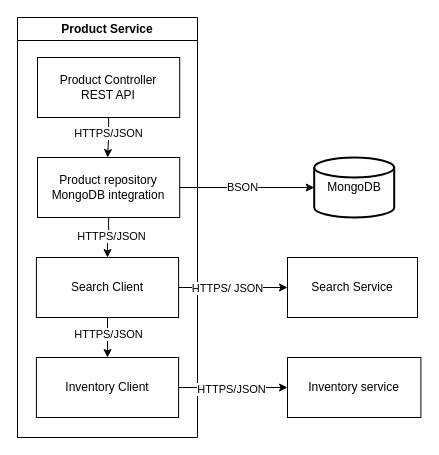
This is page "Product" (6 of 11) of ABC C1.drawio from IlyaMoskva/diagrams, a draw.io file, before an edit. Source tidied: cells renumbered, new cells numbered last; positions are measured from the earlier drawing's top-left corner, leaving out a move shared by most shapes. Both pictures are drawn from the tidied source at 100%, with x=0, y=0 at pixel (17, 17).
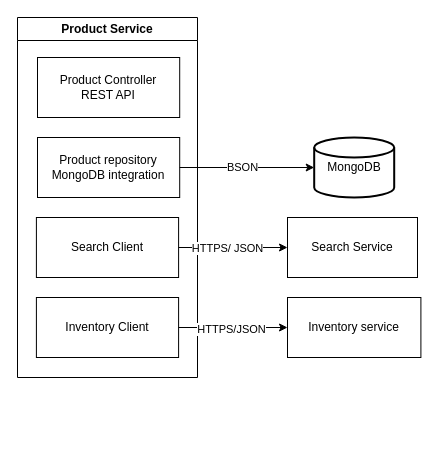
Above is the later version.

Unchanged cells that the change refers to:
```xml
<mxCell id="5" value="&lt;div&gt;Product Controller&lt;/div&gt;&lt;div&gt;REST API&lt;/div&gt;" style="whiteSpace=wrap;html=1;" parent="2" vertex="1">
  <mxGeometry x="20" y="40" width="142.2" height="60" as="geometry" />
</mxCell>
```

What changed in the source:
```diff
@@
     <mxCell id="2" value="Product Service" style="swimlane;whiteSpace=wrap;html=1;" parent="1" vertex="1">
-      <mxGeometry width="180" height="420" as="geometry" />
+      <mxGeometry width="180" height="360" as="geometry" />
     </mxCell>
-    <mxCell id="3" style="edgeStyle=orthogonalEdgeStyle;rounded=0;jettySize=auto;html=1;" parent="2" edge="1" source="5">
-      <mxGeometry relative="1" as="geometry">
-        <mxPoint x="90.1" y="140" as="targetPoint" />
-      </mxGeometry>
-    </mxCell>
-    <mxCell id="4" value="HTTPS/JSON" style="edgeLabel;html=1;align=center;verticalAlign=middle;" parent="3" vertex="1">
-      <mxGeometry x="-0.25" y="-1" relative="1" as="geometry" />
-    </mxCell>
@@
-    <mxCell id="6" style="edgeStyle=orthogonalEdgeStyle;rounded=0;jettySize=auto;html=1;" parent="2" edge="1" source="8" target="11">
-      <mxGeometry relative="1" as="geometry" />
-    </mxCell>
-    <mxCell id="7" value="HTTPS/JSON" style="edgeLabel;html=1;align=center;verticalAlign=middle;" parent="6" vertex="1">
-      <mxGeometry x="-0.12" y="2" relative="1" as="geometry" />
-    </mxCell>
     <mxCell id="8" value="Product repository&lt;div&gt;MongoDB integration&lt;/div&gt;" style="whiteSpace=wrap;html=1;" parent="2" vertex="1">
-      <mxGeometry x="20" y="140" width="142.2" height="60" as="geometry" />
+      <mxGeometry x="20" y="120" width="142.2" height="60" as="geometry" />
     </mxCell>
-    <mxCell id="9" style="edgeStyle=orthogonalEdgeStyle;rounded=0;jettySize=auto;html=1;" parent="2" edge="1" source="11" target="12">
-      <mxGeometry relative="1" as="geometry" />
-    </mxCell>
-    <mxCell id="10" value="HTTPS/JSON" style="edgeLabel;html=1;align=center;verticalAlign=middle;" parent="9" vertex="1">
-      <mxGeometry x="-0.2" relative="1" as="geometry" />
-    </mxCell>
-    <mxCell id="11" value="Search Client" style="whiteSpace=wrap;html=1;" parent="2" vertex="1">
-      <mxGeometry x="18.9" y="240" width="142.2" height="60" as="geometry" />
-    </mxCell>
-    <mxCell id="12" value="Inventory Client" style="whiteSpace=wrap;html=1;" parent="2" vertex="1">
-      <mxGeometry x="18.9" y="340" width="142.2" height="60" as="geometry" />
-    </mxCell>
-    <mxCell id="13" value="MongoDB" style="strokeWidth=2;html=1;shape=mxgraph.flowchart.database;whiteSpace=wrap;" parent="1" vertex="1">
-      <mxGeometry x="296.7" y="140" width="80" height="60" as="geometry" />
+    <mxCell id="13" value="MongoDB" style="strokeWidth=2;html=1;shape=mxgraph.flowchart.database;whiteSpace=wrap;" parent="2" vertex="1">
+      <mxGeometry x="296.7" y="120" width="80" height="60" as="geometry" />
     </mxCell>
-    <mxCell id="14" style="edgeStyle=orthogonalEdgeStyle;rounded=0;jettySize=auto;html=1;entryX=0;entryY=0.5;entryDx=0;entryDy=0;entryPerimeter=0;" parent="1" edge="1" source="8" target="13">
+    <mxCell id="14" style="edgeStyle=orthogonalEdgeStyle;rounded=0;jettySize=auto;html=1;entryX=0;entryY=0.5;entryDx=0;entryDy=0;entryPerimeter=0;" parent="2" edge="1" source="8" target="13">
       <mxGeometry relative="1" as="geometry" />
     </mxCell>
@@
+    <mxCell id="11" value="Search Client" style="whiteSpace=wrap;html=1;" parent="2" vertex="1">
+      <mxGeometry x="18.9" y="200" width="142.2" height="60" as="geometry" />
+    </mxCell>
+    <mxCell id="12" value="Inventory Client" style="whiteSpace=wrap;html=1;" parent="2" vertex="1">
+      <mxGeometry x="18.9" y="280" width="142.2" height="60" as="geometry" />
+    </mxCell>
-    <mxCell id="16" value="Search Service" style="whiteSpace=wrap;html=1;" parent="1" vertex="1">
-      <mxGeometry x="270" y="240" width="130" height="60" as="geometry" />
+    <mxCell id="16" value="Search Service" style="whiteSpace=wrap;html=1;" parent="2" vertex="1">
+      <mxGeometry x="270" y="200" width="130" height="60" as="geometry" />
     </mxCell>
-    <mxCell id="17" style="edgeStyle=orthogonalEdgeStyle;rounded=0;jettySize=auto;html=1;" parent="1" edge="1" source="11" target="16">
+    <mxCell id="17" style="edgeStyle=orthogonalEdgeStyle;rounded=0;jettySize=auto;html=1;" parent="2" edge="1" source="11" target="16">
       <mxGeometry relative="1" as="geometry" />
     </mxCell>
@@
-    <mxCell id="19" value="Inventory service" style="whiteSpace=wrap;html=1;" parent="1" vertex="1">
-      <mxGeometry x="270" y="340" width="133.4" height="60" as="geometry" />
+    <mxCell id="19" value="Inventory service" style="whiteSpace=wrap;html=1;" parent="2" vertex="1">
+      <mxGeometry x="270" y="280" width="133.4" height="60" as="geometry" />
     </mxCell>
-    <mxCell id="20" style="edgeStyle=orthogonalEdgeStyle;rounded=0;jettySize=auto;html=1;" parent="1" edge="1" source="12" target="19">
+    <mxCell id="20" style="edgeStyle=orthogonalEdgeStyle;rounded=0;jettySize=auto;html=1;" parent="2" edge="1" source="12" target="19">
       <mxGeometry relative="1" as="geometry" />
     </mxCell>
```
